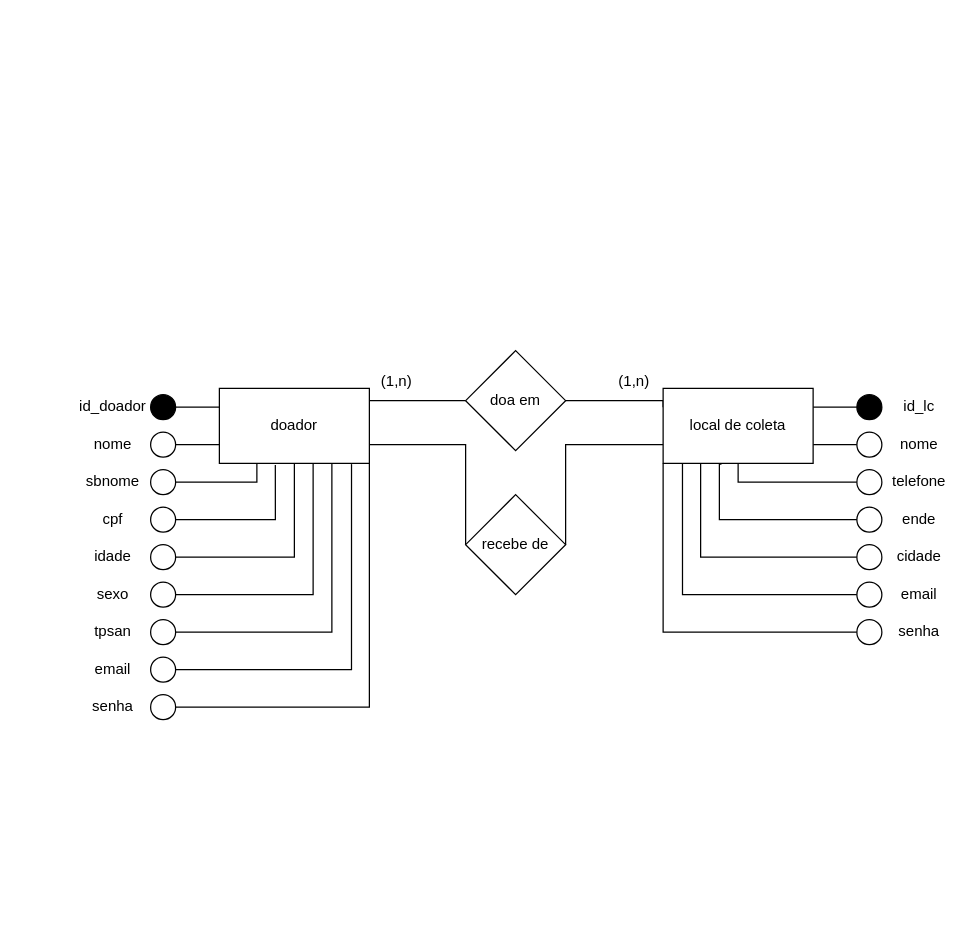
Before: Diagrama Conceitual.drawio in Aliel101/sistema-doacao-sangue, a draw.io diagram. Source tidied: cells renumbered, new cells numbered last; positions are measured from the earlier drawing's top-left corner, leaving out a move shared by most shapes. Both pictures are drawn from the tidied source at 125%, with x=0, y=0 at pixel (75, 350).
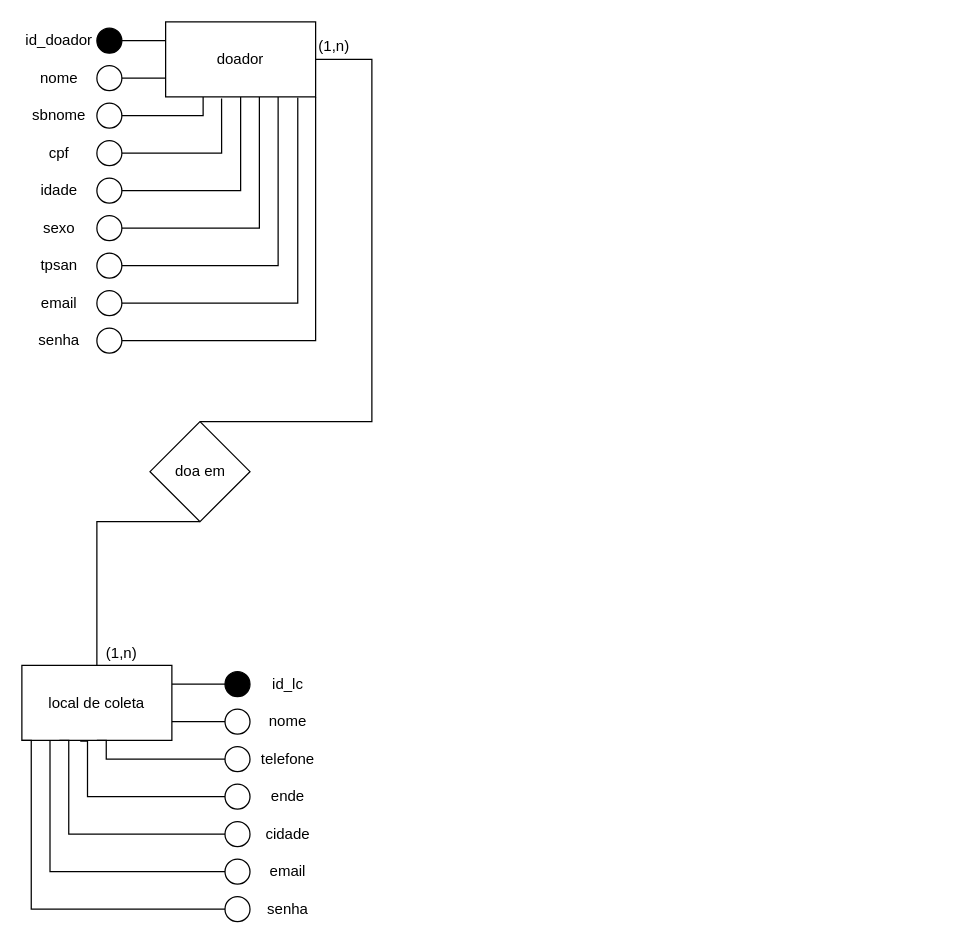
After the change.

Diff of the diagram source:
```diff
@@
-    <mxCell id="2" style="edgeStyle=orthogonalEdgeStyle;rounded=0;jettySize=auto;html=1;exitX=1;exitY=0.25;exitDx=0;exitDy=0;entryX=0;entryY=0.5;entryDx=0;entryDy=0;endArrow=none;endFill=0;" parent="1" edge="1" source="3" target="5">
+    <mxCell id="2" style="edgeStyle=orthogonalEdgeStyle;rounded=0;jettySize=auto;html=1;exitX=1;exitY=0.5;exitDx=0;exitDy=0;entryX=0.5;entryY=0;entryDx=0;entryDy=0;endArrow=none;endFill=0;" parent="1" edge="1" source="3" target="5">
       <mxGeometry relative="1" as="geometry">
         <Array as="points">
-          <mxPoint x="235" y="40" />
+          <mxPoint x="237" y="-233.2" />
+          <mxPoint x="237" y="56.8" />
         </Array>
       </mxGeometry>
     </mxCell>
     <mxCell id="3" value="doador" style="rounded=0;whiteSpace=wrap;html=1;" parent="1" vertex="1">
-      <mxGeometry x="115" y="30.2" width="120" height="60" as="geometry" />
+      <mxGeometry x="72" y="-263" width="120" height="60" as="geometry" />
     </mxCell>
-    <mxCell id="4" style="edgeStyle=orthogonalEdgeStyle;rounded=0;jettySize=auto;html=1;exitX=1;exitY=0.5;exitDx=0;exitDy=0;entryX=0;entryY=0.25;entryDx=0;entryDy=0;endArrow=none;endFill=0;" parent="1" edge="1" source="5" target="9">
+    <mxCell id="4" style="edgeStyle=orthogonalEdgeStyle;rounded=0;jettySize=auto;html=1;exitX=0.5;exitY=1;exitDx=0;exitDy=0;entryX=0.5;entryY=0;entryDx=0;entryDy=0;endArrow=none;endFill=0;" parent="1" edge="1" source="5" target="9">
       <mxGeometry relative="1" as="geometry">
         <Array as="points">
-          <mxPoint x="470" y="40" />
+          <mxPoint x="17" y="136.8" />
         </Array>
       </mxGeometry>
     </mxCell>
     <mxCell id="5" value="doa em" style="rhombus;whiteSpace=wrap;html=1;" parent="1" vertex="1">
-      <mxGeometry x="312" width="80" height="80" as="geometry" />
+      <mxGeometry x="59.5" y="56.8" width="80" height="80" as="geometry" />
     </mxCell>
@@
     <mxCell id="8" style="edgeStyle=orthogonalEdgeStyle;rounded=0;jettySize=auto;html=1;exitX=0.129;exitY=0.998;exitDx=0;exitDy=0;entryX=0;entryY=0.5;entryDx=0;entryDy=0;endArrow=none;endFill=0;exitPerimeter=0;" parent="1" edge="1" source="9" target="46">
       <mxGeometry relative="1" as="geometry">
         <Array as="points">
-          <mxPoint x="485" y="195.2" />
+          <mxPoint x="-20.5" y="416.8" />
         </Array>
       </mxGeometry>
     </mxCell>
     <mxCell id="9" value="local de coleta" style="rounded=0;whiteSpace=wrap;html=1;" parent="1" vertex="1">
-      <mxGeometry x="470" y="30.2" width="120" height="60" as="geometry" />
+      <mxGeometry x="-43" y="251.8" width="120" height="60" as="geometry" />
     </mxCell>
@@
     <mxCell id="11" style="ellipse;whiteSpace=wrap;html=1;fillColor=#000000;" parent="1" vertex="1">
-      <mxGeometry x="60" y="35.2" width="20" height="20" as="geometry" />
+      <mxGeometry x="17" y="-258" width="20" height="20" as="geometry" />
     </mxCell>
     <mxCell id="12" style="ellipse;whiteSpace=wrap;html=1;" parent="1" vertex="1">
-      <mxGeometry x="60" y="95.2" width="20" height="20" as="geometry" />
+      <mxGeometry x="17" y="-198" width="20" height="20" as="geometry" />
     </mxCell>
@@
     <mxCell id="14" style="ellipse;whiteSpace=wrap;html=1;" parent="1" vertex="1">
-      <mxGeometry x="60" y="65.2" width="20" height="20" as="geometry" />
+      <mxGeometry x="17" y="-228" width="20" height="20" as="geometry" />
     </mxCell>
     <mxCell id="15" style="ellipse;whiteSpace=wrap;html=1;" parent="1" vertex="1">
-      <mxGeometry x="60" y="155.2" width="20" height="20" as="geometry" />
+      <mxGeometry x="17" y="-138" width="20" height="20" as="geometry" />
     </mxCell>
     <mxCell id="16" style="edgeStyle=orthogonalEdgeStyle;rounded=0;jettySize=auto;html=1;exitX=1;exitY=0.5;exitDx=0;exitDy=0;entryX=0.373;entryY=1.023;entryDx=0;entryDy=0;endArrow=none;endFill=0;entryPerimeter=0;" parent="1" edge="1" source="17" target="3">
       <mxGeometry relative="1" as="geometry">
         <Array as="points">
-          <mxPoint x="160" y="135.2" />
+          <mxPoint x="117" y="-158" />
         </Array>
       </mxGeometry>
     </mxCell>
     <mxCell id="17" style="ellipse;whiteSpace=wrap;html=1;" parent="1" vertex="1">
-      <mxGeometry x="60" y="125.2" width="20" height="20" as="geometry" />
+      <mxGeometry x="17" y="-168" width="20" height="20" as="geometry" />
     </mxCell>
     <mxCell id="18" style="edgeStyle=orthogonalEdgeStyle;rounded=0;jettySize=auto;html=1;exitX=1;exitY=0.5;exitDx=0;exitDy=0;endArrow=none;endFill=0;" parent="1" edge="1" source="19">
       <mxGeometry relative="1" as="geometry">
-        <mxPoint x="190" y="90.2" as="targetPoint" />
+        <mxPoint x="147" y="-203" as="targetPoint" />
         <Array as="points">
-          <mxPoint x="190" y="195.2" />
-          <mxPoint x="190" y="90.2" />
+          <mxPoint x="147" y="-98" />
+          <mxPoint x="147" y="-203" />
         </Array>
       </mxGeometry>
     </mxCell>
     <mxCell id="19" style="ellipse;whiteSpace=wrap;html=1;" parent="1" vertex="1">
-      <mxGeometry x="60" y="185.2" width="20" height="20" as="geometry" />
+      <mxGeometry x="17" y="-108" width="20" height="20" as="geometry" />
     </mxCell>
     <mxCell id="20" value="id_doador" style="text;html=1;align=center;verticalAlign=middle;whiteSpace=wrap;rounded=0;" parent="1" vertex="1">
-      <mxGeometry y="30.2" width="60" height="30" as="geometry" />
+      <mxGeometry x="-43" y="-263" width="60" height="30" as="geometry" />
     </mxCell>
     <mxCell id="21" value="cpf" style="text;html=1;align=center;verticalAlign=middle;whiteSpace=wrap;rounded=0;" parent="1" vertex="1">
-      <mxGeometry y="120.2" width="60" height="30" as="geometry" />
+      <mxGeometry x="-43" y="-173" width="60" height="30" as="geometry" />
     </mxCell>
     <mxCell id="22" value="email" style="text;html=1;align=center;verticalAlign=middle;whiteSpace=wrap;rounded=0;" parent="1" vertex="1">
-      <mxGeometry y="237.8" width="60" height="35" as="geometry" />
+      <mxGeometry x="-43" y="-55.5" width="60" height="35" as="geometry" />
     </mxCell>
     <mxCell id="23" value="idade" style="text;html=1;align=center;verticalAlign=middle;whiteSpace=wrap;rounded=0;" parent="1" vertex="1">
-      <mxGeometry y="150.2" width="60" height="30" as="geometry" />
+      <mxGeometry x="-43" y="-143" width="60" height="30" as="geometry" />
     </mxCell>
     <mxCell id="24" value="tpsan" style="text;html=1;align=center;verticalAlign=middle;whiteSpace=wrap;rounded=0;" parent="1" vertex="1">
-      <mxGeometry y="210.2" width="60" height="30" as="geometry" />
+      <mxGeometry x="-43" y="-83" width="60" height="30" as="geometry" />
     </mxCell>
     <mxCell id="25" value="sexo" style="text;html=1;align=center;verticalAlign=middle;whiteSpace=wrap;rounded=0;" parent="1" vertex="1">
-      <mxGeometry y="180.2" width="60" height="30" as="geometry" />
+      <mxGeometry x="-43" y="-113" width="60" height="30" as="geometry" />
     </mxCell>
@@
     <mxCell id="27" style="edgeStyle=orthogonalEdgeStyle;rounded=0;jettySize=auto;html=1;exitX=1;exitY=0.5;exitDx=0;exitDy=0;entryX=0.25;entryY=1;entryDx=0;entryDy=0;endArrow=none;endFill=0;" parent="1" edge="1" source="12" target="3">
       <mxGeometry relative="1" as="geometry">
         <Array as="points">
-          <mxPoint x="145" y="105.2" />
+          <mxPoint x="102" y="-188" />
         </Array>
       </mxGeometry>
     </mxCell>
     <mxCell id="28" style="ellipse;whiteSpace=wrap;html=1;fillColor=#000000;strokeColor=#000000;" parent="1" vertex="1">
-      <mxGeometry x="625" y="35.2" width="20" height="20" as="geometry" />
+      <mxGeometry x="119.5" y="256.8" width="20" height="20" as="geometry" />
     </mxCell>
     <mxCell id="29" style="ellipse;whiteSpace=wrap;html=1;" parent="1" vertex="1">
-      <mxGeometry x="625" y="65.2" width="20" height="20" as="geometry" />
+      <mxGeometry x="119.5" y="286.8" width="20" height="20" as="geometry" />
     </mxCell>
     <mxCell id="30" style="edgeStyle=orthogonalEdgeStyle;rounded=0;jettySize=auto;html=1;exitX=0;exitY=0.5;exitDx=0;exitDy=0;endArrow=none;endFill=0;entryX=0.25;entryY=1;entryDx=0;entryDy=0;" parent="1" edge="1" source="45" target="9">
       <mxGeometry relative="1" as="geometry">
         <Array as="points">
-          <mxPoint x="500" y="165.2" />
+          <mxPoint x="-5.5" y="386.8" />
         </Array>
       </mxGeometry>
     </mxCell>
@@
     <mxCell id="32" style="edgeStyle=orthogonalEdgeStyle;rounded=0;jettySize=auto;html=1;exitX=0;exitY=0.5;exitDx=0;exitDy=0;entryX=0.5;entryY=1;entryDx=0;entryDy=0;endArrow=none;endFill=0;" parent="1" edge="1" source="33" target="9">
       <mxGeometry relative="1" as="geometry">
         <Array as="points">
-          <mxPoint x="530" y="105.2" />
+          <mxPoint x="24.5" y="326.8" />
         </Array>
       </mxGeometry>
     </mxCell>
     <mxCell id="33" style="ellipse;whiteSpace=wrap;html=1;" parent="1" vertex="1">
-      <mxGeometry x="625" y="95.2" width="20" height="20" as="geometry" />
+      <mxGeometry x="119.5" y="316.8" width="20" height="20" as="geometry" />
     </mxCell>
     <mxCell id="34" style="ellipse;whiteSpace=wrap;html=1;" parent="1" vertex="1">
-      <mxGeometry x="625" y="125.2" width="20" height="20" as="geometry" />
+      <mxGeometry x="119.5" y="346.8" width="20" height="20" as="geometry" />
     </mxCell>
@@
     <mxCell id="36" style="ellipse;whiteSpace=wrap;html=1;" parent="1" vertex="1">
-      <mxGeometry x="60" y="215.2" width="20" height="20" as="geometry" />
+      <mxGeometry x="17" y="-78" width="20" height="20" as="geometry" />
     </mxCell>
     <mxCell id="37" style="ellipse;whiteSpace=wrap;html=1;" parent="1" vertex="1">
-      <mxGeometry x="60" y="245.2" width="20" height="20" as="geometry" />
+      <mxGeometry x="17" y="-48" width="20" height="20" as="geometry" />
     </mxCell>
@@
     <mxCell id="39" style="ellipse;whiteSpace=wrap;html=1;" parent="1" vertex="1">
-      <mxGeometry x="60" y="275.2" width="20" height="20" as="geometry" />
+      <mxGeometry x="17" y="-18" width="20" height="20" as="geometry" />
     </mxCell>
     <mxCell id="40" value="senha" style="text;html=1;align=center;verticalAlign=middle;whiteSpace=wrap;rounded=0;" parent="1" vertex="1">
-      <mxGeometry y="272.8" width="60" height="25" as="geometry" />
+      <mxGeometry x="-43" y="-20.5" width="60" height="25" as="geometry" />
     </mxCell>
     <mxCell id="41" value="nome" style="text;html=1;align=center;verticalAlign=middle;whiteSpace=wrap;rounded=0;" parent="1" vertex="1">
-      <mxGeometry y="60.2" width="60" height="30" as="geometry" />
+      <mxGeometry x="-43" y="-233" width="60" height="30" as="geometry" />
     </mxCell>
     <mxCell id="42" value="sbnome" style="text;html=1;align=center;verticalAlign=middle;whiteSpace=wrap;rounded=0;" parent="1" vertex="1">
-      <mxGeometry y="90.2" width="60" height="30" as="geometry" />
+      <mxGeometry x="-43" y="-203" width="60" height="30" as="geometry" />
     </mxCell>
@@
     <mxCell id="44" style="edgeStyle=orthogonalEdgeStyle;rounded=0;jettySize=auto;html=1;exitX=0;exitY=0.5;exitDx=0;exitDy=0;entryX=0;entryY=1;entryDx=0;entryDy=0;endArrow=none;endFill=0;" parent="1" edge="1" source="54" target="9">
       <mxGeometry relative="1" as="geometry">
         <Array as="points">
-          <mxPoint x="470" y="225.2" />
+          <mxPoint x="-35.5" y="446.8" />
         </Array>
       </mxGeometry>
     </mxCell>
     <mxCell id="45" style="ellipse;whiteSpace=wrap;html=1;" parent="1" vertex="1">
-      <mxGeometry x="625" y="155.2" width="20" height="20" as="geometry" />
+      <mxGeometry x="119.5" y="376.8" width="20" height="20" as="geometry" />
     </mxCell>
     <mxCell id="46" style="ellipse;whiteSpace=wrap;html=1;" parent="1" vertex="1">
-      <mxGeometry x="625" y="185.2" width="20" height="20" as="geometry" />
+      <mxGeometry x="119.5" y="406.8" width="20" height="20" as="geometry" />
     </mxCell>
     <mxCell id="47" style="edgeStyle=orthogonalEdgeStyle;rounded=0;jettySize=auto;html=1;endArrow=none;endFill=0;entryX=0.389;entryY=1.01;entryDx=0;entryDy=0;entryPerimeter=0;" parent="1" edge="1" target="9">
       <mxGeometry relative="1" as="geometry">
-        <mxPoint x="625" y="135.2" as="sourcePoint" />
+        <mxPoint x="119.5" y="356.8" as="sourcePoint" />
         <Array as="points">
-          <mxPoint x="515" y="135.2" />
-          <mxPoint x="515" y="91.2" />
+          <mxPoint x="9.5" y="356.8" />
+          <mxPoint x="9.5" y="312.8" />
         </Array>
       </mxGeometry>
     </mxCell>
     <mxCell id="48" value="id_lc" style="text;html=1;align=center;verticalAlign=middle;whiteSpace=wrap;rounded=0;" parent="1" vertex="1">
-      <mxGeometry x="645" y="30.2" width="60" height="30" as="geometry" />
+      <mxGeometry x="139.5" y="251.8" width="60" height="30" as="geometry" />
     </mxCell>
     <mxCell id="49" value="nome" style="text;html=1;align=center;verticalAlign=middle;whiteSpace=wrap;rounded=0;" parent="1" vertex="1">
-      <mxGeometry x="645" y="60.2" width="60" height="30" as="geometry" />
+      <mxGeometry x="139.5" y="281.8" width="60" height="30" as="geometry" />
     </mxCell>
     <mxCell id="50" value="email" style="text;html=1;align=center;verticalAlign=middle;whiteSpace=wrap;rounded=0;" parent="1" vertex="1">
-      <mxGeometry x="645" y="180.2" width="60" height="30" as="geometry" />
+      <mxGeometry x="139.5" y="401.8" width="60" height="30" as="geometry" />
     </mxCell>
     <mxCell id="51" value="senha" style="text;html=1;align=center;verticalAlign=middle;whiteSpace=wrap;rounded=0;" parent="1" vertex="1">
-      <mxGeometry x="645" y="210.2" width="60" height="30" as="geometry" />
+      <mxGeometry x="139.5" y="431.8" width="60" height="30" as="geometry" />
     </mxCell>
     <mxCell id="52" value="ende" style="text;html=1;align=center;verticalAlign=middle;whiteSpace=wrap;rounded=0;" parent="1" vertex="1">
-      <mxGeometry x="645" y="120.2" width="60" height="30" as="geometry" />
+      <mxGeometry x="139.5" y="341.8" width="60" height="30" as="geometry" />
     </mxCell>
     <mxCell id="53" value="cidade" style="text;html=1;align=center;verticalAlign=middle;whiteSpace=wrap;rounded=0;" parent="1" vertex="1">
-      <mxGeometry x="645" y="150.2" width="60" height="30" as="geometry" />
+      <mxGeometry x="139.5" y="371.8" width="60" height="30" as="geometry" />
     </mxCell>
     <mxCell id="54" style="ellipse;whiteSpace=wrap;html=1;" parent="1" vertex="1">
-      <mxGeometry x="625" y="215.2" width="20" height="20" as="geometry" />
+      <mxGeometry x="119.5" y="436.8" width="20" height="20" as="geometry" />
     </mxCell>
     <mxCell id="55" value="telefone" style="text;html=1;align=center;verticalAlign=middle;whiteSpace=wrap;rounded=0;" parent="1" vertex="1">
-      <mxGeometry x="645" y="90.2" width="60" height="30" as="geometry" />
+      <mxGeometry x="139.5" y="311.8" width="60" height="30" as="geometry" />
     </mxCell>
     <mxCell id="56" value="(1,n)" style="text;html=1;align=center;verticalAlign=middle;whiteSpace=wrap;rounded=0;" parent="1" vertex="1">
-      <mxGeometry x="417" y="10" width="60" height="30" as="geometry" />
+      <mxGeometry x="177" y="-258" width="60" height="30" as="geometry" />
     </mxCell>
     <mxCell id="57" value="(1,n)" style="text;html=1;align=center;verticalAlign=middle;whiteSpace=wrap;rounded=0;" parent="1" vertex="1">
-      <mxGeometry x="227" y="10" width="60" height="30" as="geometry" />
+      <mxGeometry x="7" y="226.8" width="60" height="30" as="geometry" />
     </mxCell>
-    <mxCell id="58" style="edgeStyle=orthogonalEdgeStyle;rounded=0;jettySize=auto;html=1;exitX=1;exitY=0.5;exitDx=0;exitDy=0;entryX=0;entryY=0.75;entryDx=0;entryDy=0;endArrow=none;endFill=0;" parent="1" edge="1" source="60" target="9">
-      <mxGeometry relative="1" as="geometry">
-        <Array as="points">
-          <mxPoint x="392" y="75" />
-        </Array>
-      </mxGeometry>
-    </mxCell>
-    <mxCell id="59" style="edgeStyle=orthogonalEdgeStyle;rounded=0;jettySize=auto;html=1;exitX=0;exitY=0.5;exitDx=0;exitDy=0;entryX=1;entryY=0.75;entryDx=0;entryDy=0;endArrow=none;endFill=0;" parent="1" edge="1" source="60" target="3">
-      <mxGeometry relative="1" as="geometry">
-        <Array as="points">
-          <mxPoint x="312" y="75" />
-        </Array>
-      </mxGeometry>
-    </mxCell>
-    <mxCell id="60" value="recebe de" style="rhombus;whiteSpace=wrap;html=1;" parent="1" vertex="1">
-      <mxGeometry x="312" y="115.2" width="80" height="80" as="geometry" />
-    </mxCell>
```
